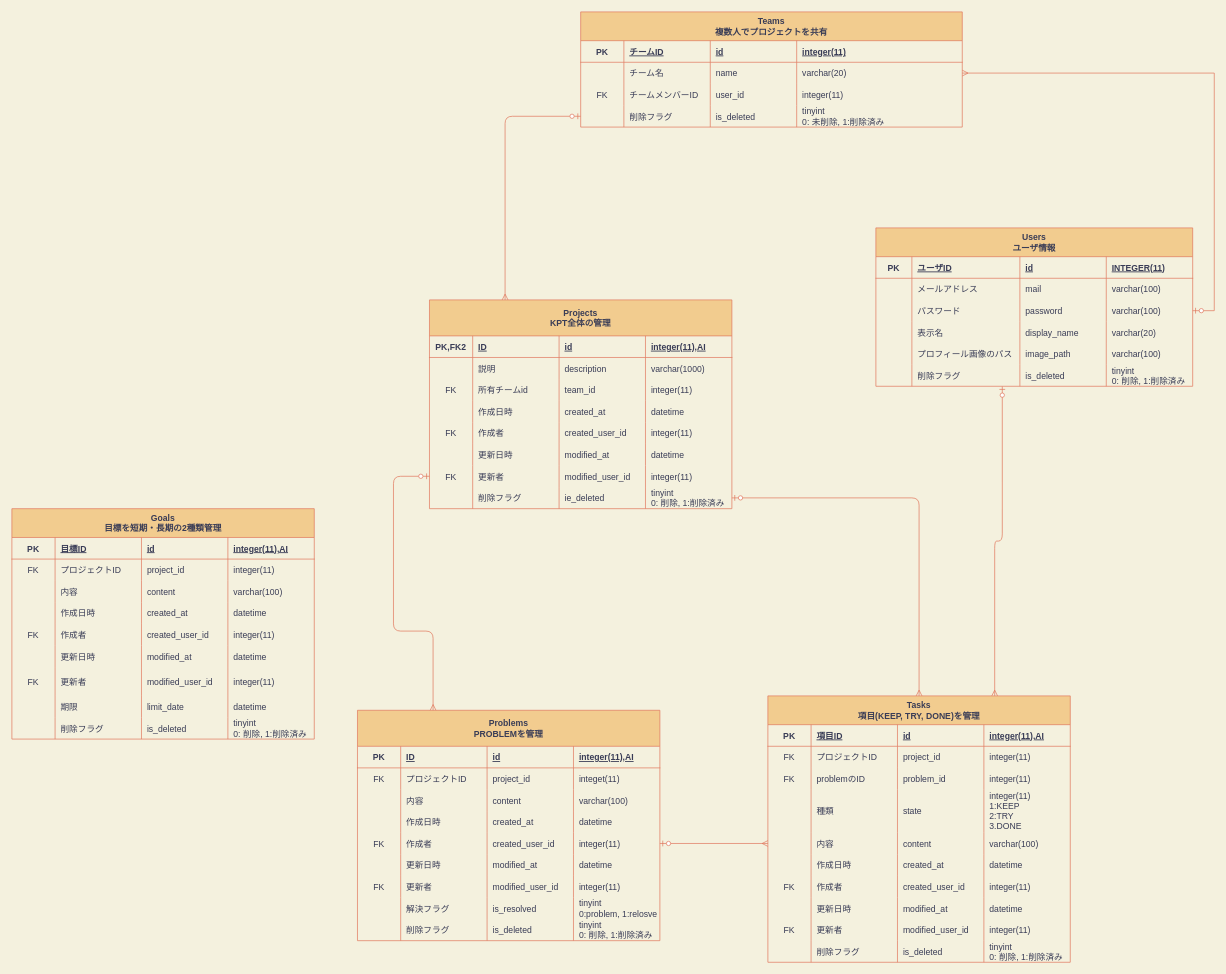
The draw.io diagram database_er_diagram.drawio in nanas773/kpt-design, before the edit. Source tidied: cells renumbered, new cells numbered last; positions are measured from the earlier drawing's top-left corner, leaving out a move shared by most shapes. Both pictures are drawn from the tidied source at 72%, with x=0, y=0 at pixel (12, 12).
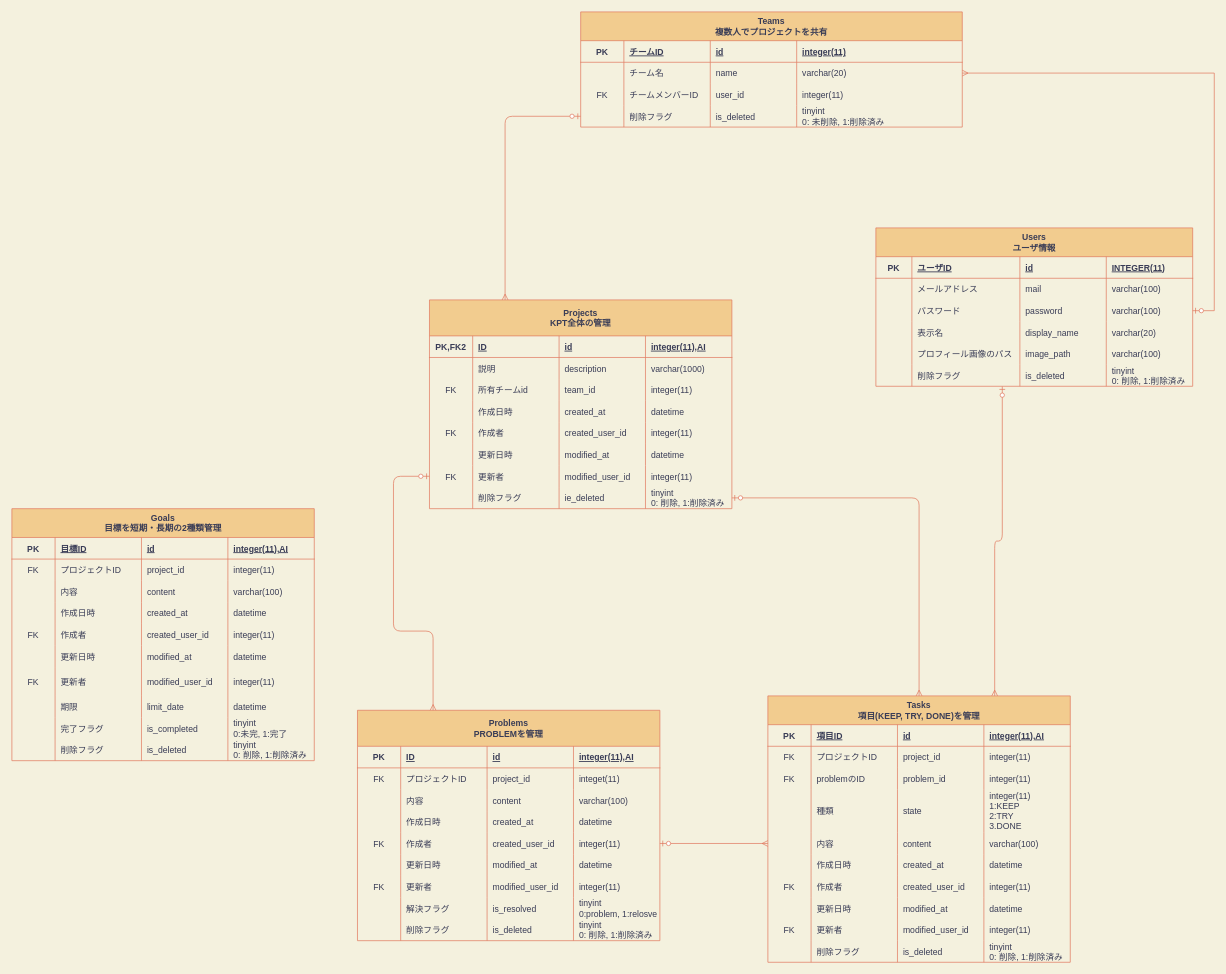
The same diagram, later.

Commit message:
Add: Goalsテーブルに完了フラグ追加

Change to the diagram source:
```diff
@@
     <mxCell id="198" value="Goals&#10;目標を短期・長期の2種類管理" style="shape=table;startSize=40;childLayout=tableLayout;rowLines=0;fontStyle=1;align=center;fillColor=#F2CC8F;strokeColor=#E07A5F;fontColor=#393C56;" parent="1" vertex="1">
-      <mxGeometry y="690" width="420" height="320" as="geometry" />
+      <mxGeometry y="690" width="420" height="350" as="geometry" />
     </mxCell>
@@
+    <mxCell id="247" style="shape=partialRectangle;fillColor=none;top=0;left=0;bottom=0;right=0;strokeColor=#E07A5F;fontColor=#393C56;" parent="198" vertex="1">
+      <mxGeometry y="290" width="420" height="30" as="geometry" />
+    </mxCell>
+    <mxCell id="248" style="shape=partialRectangle;fillColor=none;top=0;left=0;bottom=0;right=0;overflow=hidden;strokeColor=#E07A5F;fontColor=#393C56;" parent="247" vertex="1">
+      <mxGeometry width="60" height="30" as="geometry" />
+    </mxCell>
+    <mxCell id="249" value="完了フラグ" style="shape=partialRectangle;fillColor=none;top=0;left=0;bottom=0;right=0;align=left;spacingLeft=6;overflow=hidden;strokeColor=#E07A5F;fontColor=#393C56;" parent="247" vertex="1">
+      <mxGeometry x="60" width="120" height="30" as="geometry" />
+    </mxCell>
+    <mxCell id="250" value="is_completed" style="shape=partialRectangle;fillColor=none;top=0;left=0;bottom=0;right=0;align=left;spacingLeft=6;overflow=hidden;strokeColor=#E07A5F;fontColor=#393C56;" parent="247" vertex="1">
+      <mxGeometry x="180" width="120" height="30" as="geometry" />
+    </mxCell>
+    <mxCell id="251" value="tinyint&#10;0:未完, 1:完了" style="shape=partialRectangle;fillColor=none;top=0;left=0;bottom=0;right=0;align=left;spacingLeft=6;overflow=hidden;strokeColor=#E07A5F;fontColor=#393C56;" parent="247" vertex="1">
+      <mxGeometry x="300" width="120" height="30" as="geometry" />
+    </mxCell>
     <mxCell id="239" style="shape=partialRectangle;fillColor=none;top=0;left=0;bottom=0;right=0;strokeColor=#E07A5F;fontColor=#393C56;" parent="198" vertex="1">
-      <mxGeometry y="290" width="420" height="30" as="geometry" />
+      <mxGeometry y="320" width="420" height="30" as="geometry" />
     </mxCell>
```
